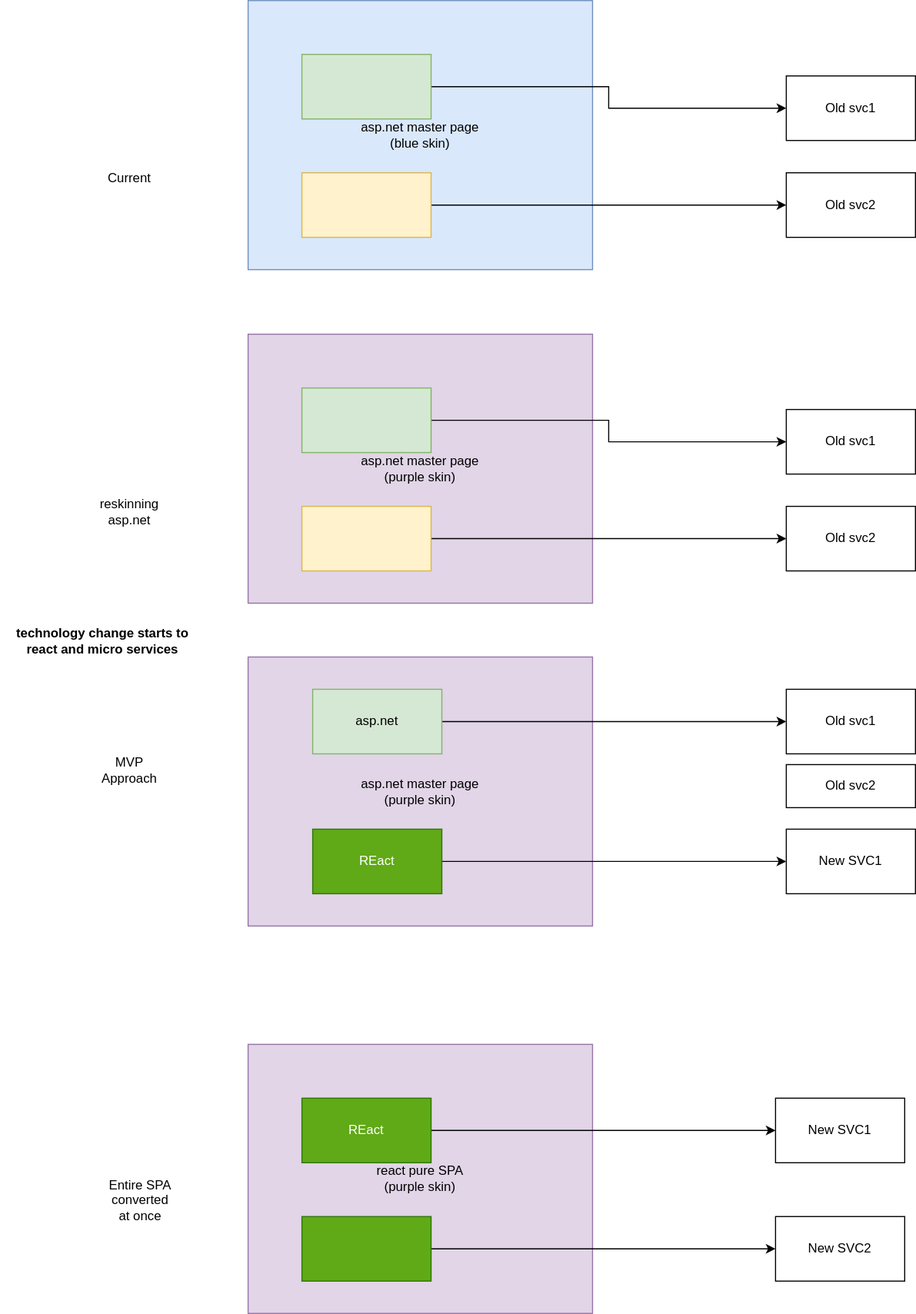
The draw.io diagram microservices/reactreskinning.svg in vjavle/invoicecloud, before a commit. Source tidied: cells renumbered, new cells last; positions are measured from the earlier drawing's top-left corner, leaving out a move shared by most shapes.
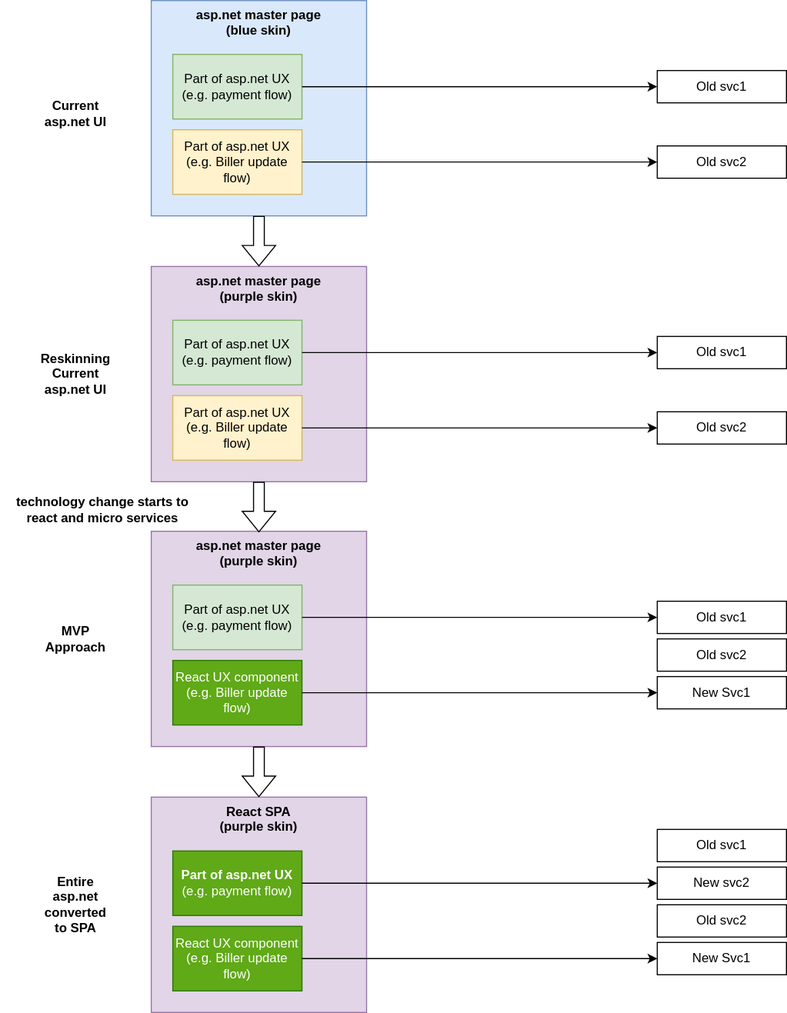
After the commit.

What changed in the source:
```diff
@@ -2,107 +2,142 @@
   <root>
     <mxCell id="0" />
     <mxCell id="1" parent="0" />
-    <mxCell id="2" value="asp.net master page&lt;br&gt;(purple skin)" style="rounded=0;whiteSpace=wrap;html=1;fillColor=#e1d5e7;strokeColor=#9673a6;" parent="1" vertex="1">
-      <mxGeometry x="230" y="310" width="320" height="250" as="geometry" />
-    </mxCell>
-    <mxCell id="3" style="edgeStyle=orthogonalEdgeStyle;rounded=0;jettySize=auto;html=1;" parent="1" edge="1" source="4" target="12">
-      <mxGeometry relative="1" as="geometry" />
-    </mxCell>
-    <mxCell id="4" style="rounded=0;whiteSpace=wrap;html=1;fillColor=#d5e8d4;strokeColor=#82b366;" parent="1" vertex="1">
-      <mxGeometry x="280" y="360" width="120" height="60" as="geometry" />
-    </mxCell>
-    <mxCell id="5" style="edgeStyle=orthogonalEdgeStyle;rounded=0;jettySize=auto;html=1;" parent="1" edge="1" source="6" target="13">
-      <mxGeometry relative="1" as="geometry" />
-    </mxCell>
-    <mxCell id="6" style="rounded=0;whiteSpace=wrap;html=1;fillColor=#fff2cc;strokeColor=#d6b656;" parent="1" vertex="1">
-      <mxGeometry x="280" y="470" width="120" height="60" as="geometry" />
-    </mxCell>
-    <mxCell id="7" value="react pure SPA&lt;br&gt;(purple skin)" style="rounded=0;whiteSpace=wrap;html=1;fillColor=#e1d5e7;strokeColor=#9673a6;" parent="1" vertex="1">
-      <mxGeometry x="230" y="970" width="320" height="250" as="geometry" />
-    </mxCell>
-    <mxCell id="8" style="edgeStyle=orthogonalEdgeStyle;rounded=0;jettySize=auto;html=1;entryX=0;entryY=0.5;entryDx=0;entryDy=0;" parent="1" edge="1" source="9" target="14">
-      <mxGeometry relative="1" as="geometry" />
-    </mxCell>
-    <mxCell id="9" value="REact" style="rounded=0;whiteSpace=wrap;html=1;fillColor=#60a917;fontColor=#ffffff;strokeColor=#2D7600;" parent="1" vertex="1">
-      <mxGeometry x="280" y="1020" width="120" height="60" as="geometry" />
-    </mxCell>
-    <mxCell id="10" style="edgeStyle=orthogonalEdgeStyle;rounded=0;jettySize=auto;html=1;" parent="1" edge="1" source="11" target="15">
-      <mxGeometry relative="1" as="geometry" />
-    </mxCell>
-    <mxCell id="11" style="rounded=0;whiteSpace=wrap;html=1;fillColor=#60a917;fontColor=#ffffff;strokeColor=#2D7600;" parent="1" vertex="1">
-      <mxGeometry x="280" y="1130" width="120" height="60" as="geometry" />
-    </mxCell>
-    <mxCell id="12" value="Old svc1" style="rounded=0;whiteSpace=wrap;html=1;" parent="1" vertex="1">
-      <mxGeometry x="730" y="380" width="120" height="60" as="geometry" />
-    </mxCell>
-    <mxCell id="13" value="Old svc2" style="rounded=0;whiteSpace=wrap;html=1;" parent="1" vertex="1">
-      <mxGeometry x="730" y="470" width="120" height="60" as="geometry" />
-    </mxCell>
-    <mxCell id="14" value="New SVC1" style="rounded=0;whiteSpace=wrap;html=1;" parent="1" vertex="1">
-      <mxGeometry x="720" y="1020" width="120" height="60" as="geometry" />
-    </mxCell>
-    <mxCell id="15" value="New SVC2" style="rounded=0;whiteSpace=wrap;html=1;" parent="1" vertex="1">
-      <mxGeometry x="720" y="1130" width="120" height="60" as="geometry" />
-    </mxCell>
-    <mxCell id="16" value="asp.net master page&lt;br&gt;(purple skin)" style="rounded=0;whiteSpace=wrap;html=1;fillColor=#e1d5e7;strokeColor=#9673a6;" parent="1" vertex="1">
-      <mxGeometry x="230" y="610" width="320" height="250" as="geometry" />
-    </mxCell>
-    <mxCell id="17" style="edgeStyle=orthogonalEdgeStyle;rounded=0;jettySize=auto;html=1;" parent="1" edge="1" source="18" target="19">
-      <mxGeometry relative="1" as="geometry" />
-    </mxCell>
-    <mxCell id="18" value="asp.net" style="rounded=0;whiteSpace=wrap;html=1;fillColor=#d5e8d4;strokeColor=#82b366;" parent="1" vertex="1">
-      <mxGeometry x="290" y="640" width="120" height="60" as="geometry" />
-    </mxCell>
-    <mxCell id="19" value="Old svc1" style="rounded=0;whiteSpace=wrap;html=1;" parent="1" vertex="1">
-      <mxGeometry x="730" y="640" width="120" height="60" as="geometry" />
-    </mxCell>
-    <mxCell id="20" value="Old svc2" style="rounded=0;whiteSpace=wrap;html=1;" parent="1" vertex="1">
-      <mxGeometry x="730" y="710" width="120" height="40" as="geometry" />
-    </mxCell>
-    <mxCell id="21" style="edgeStyle=orthogonalEdgeStyle;rounded=0;jettySize=auto;html=1;" parent="1" edge="1" source="22" target="23">
-      <mxGeometry relative="1" as="geometry" />
-    </mxCell>
-    <mxCell id="22" value="REact" style="rounded=0;whiteSpace=wrap;html=1;fillColor=#60a917;fontColor=#ffffff;strokeColor=#2D7600;" parent="1" vertex="1">
-      <mxGeometry x="290" y="770" width="120" height="60" as="geometry" />
-    </mxCell>
-    <mxCell id="23" value="New SVC1" style="rounded=0;whiteSpace=wrap;html=1;" parent="1" vertex="1">
-      <mxGeometry x="730" y="770" width="120" height="60" as="geometry" />
-    </mxCell>
+    <mxCell id="35" value="technology change starts to react and micro services" style="text;html=1;strokeColor=none;fillColor=none;align=center;verticalAlign=middle;whiteSpace=wrap;rounded=0;fontStyle=1;" parent="1" vertex="1">
+      <mxGeometry y="552.5" width="190" height="85" as="geometry" />
+    </mxCell>
+    <mxCell id="36" style="group;" parent="1" vertex="1">
+      <mxGeometry x="40" y="369.5" width="690" height="200" as="geometry" />
+    </mxCell>
-    <mxCell id="24" value="reskinning asp.net" style="text;html=1;strokeColor=none;fillColor=none;align=center;verticalAlign=middle;whiteSpace=wrap;rounded=0;" parent="1" vertex="1">
-      <mxGeometry x="90" y="460" width="60" height="30" as="geometry" />
+    <mxCell id="24" value="&lt;b&gt;Reskinning&lt;br&gt;Current asp.net UI&lt;/b&gt;" style="text;html=1;strokeColor=none;fillColor=none;align=center;verticalAlign=middle;whiteSpace=wrap;rounded=0;" parent="36" vertex="1">
+      <mxGeometry y="85" width="60" height="30" as="geometry" />
     </mxCell>
-    <mxCell id="25" value="MVP Approach" style="text;html=1;strokeColor=none;fillColor=none;align=center;verticalAlign=middle;whiteSpace=wrap;rounded=0;" parent="1" vertex="1">
-      <mxGeometry x="90" y="700" width="60" height="30" as="geometry" />
-    </mxCell>
-    <mxCell id="26" value="Entire SPA converted at once" style="text;html=1;strokeColor=none;fillColor=none;align=center;verticalAlign=middle;whiteSpace=wrap;rounded=0;" parent="1" vertex="1">
-      <mxGeometry x="100" y="1100" width="60" height="30" as="geometry" />
-    </mxCell>
+    <mxCell id="37" value="asp.net master page&lt;br&gt;(purple skin)" style="rounded=0;whiteSpace=wrap;html=1;fillColor=#e1d5e7;strokeColor=#9673a6;fontStyle=1;verticalAlign=top;" parent="36" vertex="1">
+      <mxGeometry x="100" width="200" height="200" as="geometry" />
+    </mxCell>
+    <mxCell id="38" value="Part of asp.net UX&lt;br&gt;(e.g. payment flow)" style="rounded=0;whiteSpace=wrap;html=1;fillColor=#d5e8d4;strokeColor=#82b366;" parent="36" vertex="1">
+      <mxGeometry x="120" y="50" width="120" height="60" as="geometry" />
+    </mxCell>
+    <mxCell id="39" value="&lt;span&gt;Part of asp.net UX&lt;/span&gt;&lt;br&gt;&lt;span&gt;(e.g. Biller update flow)&lt;/span&gt;" style="rounded=0;whiteSpace=wrap;html=1;fillColor=#fff2cc;strokeColor=#d6b656;" parent="36" vertex="1">
+      <mxGeometry x="120" y="120" width="120" height="60" as="geometry" />
+    </mxCell>
+    <mxCell id="40" value="Old svc1" style="rounded=0;whiteSpace=wrap;html=1;" parent="36" vertex="1">
+      <mxGeometry x="570" y="65" width="120" height="30" as="geometry" />
+    </mxCell>
+    <mxCell id="41" style="edgeStyle=orthogonalEdgeStyle;rounded=0;jettySize=auto;html=1;" parent="36" edge="1" source="38" target="40">
+      <mxGeometry relative="1" as="geometry" />
+    </mxCell>
+    <mxCell id="42" value="Old svc2" style="rounded=0;whiteSpace=wrap;html=1;" parent="36" vertex="1">
+      <mxGeometry x="570" y="135" width="120" height="30" as="geometry" />
+    </mxCell>
+    <mxCell id="43" style="edgeStyle=orthogonalEdgeStyle;rounded=0;jettySize=auto;html=1;" parent="36" edge="1" source="39" target="42">
+      <mxGeometry relative="1" as="geometry" />
+    </mxCell>
+    <mxCell id="44" style="group;" parent="1" vertex="1">
+      <mxGeometry x="40" y="122.5" width="690" height="200" as="geometry" />
+    </mxCell>
+    <mxCell id="34" value="Current asp.net UI" style="text;html=1;strokeColor=none;fillColor=none;align=center;verticalAlign=middle;whiteSpace=wrap;rounded=0;fontStyle=1;" parent="44" vertex="1">
+      <mxGeometry y="90" width="60" height="30" as="geometry" />
+    </mxCell>
-    <mxCell id="27" value="asp.net master page&lt;br&gt;(blue skin)" style="rounded=0;whiteSpace=wrap;html=1;fillColor=#dae8fc;strokeColor=#6c8ebf;" parent="1" vertex="1">
-      <mxGeometry x="230" width="320" height="250" as="geometry" />
+    <mxCell id="27" value="asp.net master page&lt;br&gt;(blue skin)" style="rounded=0;whiteSpace=wrap;html=1;fillColor=#dae8fc;strokeColor=#6c8ebf;fontStyle=1;verticalAlign=top;" parent="44" vertex="1">
+      <mxGeometry x="100" width="200" height="200" as="geometry" />
     </mxCell>
-    <mxCell id="28" style="edgeStyle=orthogonalEdgeStyle;rounded=0;jettySize=auto;html=1;" parent="1" edge="1" source="29" target="32">
-      <mxGeometry relative="1" as="geometry" />
-    </mxCell>
-    <mxCell id="29" style="rounded=0;whiteSpace=wrap;html=1;fillColor=#d5e8d4;strokeColor=#82b366;" parent="1" vertex="1">
-      <mxGeometry x="280" y="50" width="120" height="60" as="geometry" />
+    <mxCell id="29" value="Part of asp.net UX&lt;br&gt;(e.g. payment flow)" style="rounded=0;whiteSpace=wrap;html=1;fillColor=#d5e8d4;strokeColor=#82b366;" parent="44" vertex="1">
+      <mxGeometry x="120" y="50" width="120" height="60" as="geometry" />
     </mxCell>
-    <mxCell id="30" style="edgeStyle=orthogonalEdgeStyle;rounded=0;jettySize=auto;html=1;" parent="1" edge="1" source="31" target="33">
-      <mxGeometry relative="1" as="geometry" />
-    </mxCell>
-    <mxCell id="31" style="rounded=0;whiteSpace=wrap;html=1;fillColor=#fff2cc;strokeColor=#d6b656;" parent="1" vertex="1">
-      <mxGeometry x="280" y="160" width="120" height="60" as="geometry" />
+    <mxCell id="31" value="&lt;span&gt;Part of asp.net UX&lt;/span&gt;&lt;br&gt;&lt;span&gt;(e.g. Biller update flow)&lt;/span&gt;" style="rounded=0;whiteSpace=wrap;html=1;fillColor=#fff2cc;strokeColor=#d6b656;" parent="44" vertex="1">
+      <mxGeometry x="120" y="120" width="120" height="60" as="geometry" />
     </mxCell>
-    <mxCell id="32" value="Old svc1" style="rounded=0;whiteSpace=wrap;html=1;" parent="1" vertex="1">
-      <mxGeometry x="730" y="70" width="120" height="60" as="geometry" />
+    <mxCell id="32" value="Old svc1" style="rounded=0;whiteSpace=wrap;html=1;" parent="44" vertex="1">
+      <mxGeometry x="570" y="65" width="120" height="30" as="geometry" />
     </mxCell>
+    <mxCell id="28" style="edgeStyle=orthogonalEdgeStyle;rounded=0;jettySize=auto;html=1;" parent="44" edge="1" source="29" target="32">
+      <mxGeometry relative="1" as="geometry" />
+    </mxCell>
-    <mxCell id="33" value="Old svc2" style="rounded=0;whiteSpace=wrap;html=1;" parent="1" vertex="1">
-      <mxGeometry x="730" y="160" width="120" height="60" as="geometry" />
+    <mxCell id="33" value="Old svc2" style="rounded=0;whiteSpace=wrap;html=1;" parent="44" vertex="1">
+      <mxGeometry x="570" y="135" width="120" height="30" as="geometry" />
     </mxCell>
-    <mxCell id="34" value="Current" style="text;html=1;strokeColor=none;fillColor=none;align=center;verticalAlign=middle;whiteSpace=wrap;rounded=0;" parent="1" vertex="1">
-      <mxGeometry x="90" y="150" width="60" height="30" as="geometry" />
-    </mxCell>
-    <mxCell id="35" value="technology change starts to react and micro services" style="text;html=1;strokeColor=none;fillColor=none;align=center;verticalAlign=middle;whiteSpace=wrap;rounded=0;fontStyle=1;" parent="1" vertex="1">
-      <mxGeometry y="552.5" width="190" height="85" as="geometry" />
-    </mxCell>
+    <mxCell id="30" style="edgeStyle=orthogonalEdgeStyle;rounded=0;jettySize=auto;html=1;" parent="44" edge="1" source="31" target="33">
+      <mxGeometry relative="1" as="geometry" />
+    </mxCell>
+    <mxCell id="45" style="group;" parent="1" vertex="1">
+      <mxGeometry x="40" y="615.5" width="690" height="200" as="geometry" />
+    </mxCell>
+    <mxCell id="25" value="&lt;b&gt;MVP Approach&lt;/b&gt;" style="text;html=1;strokeColor=none;fillColor=none;align=center;verticalAlign=middle;whiteSpace=wrap;rounded=0;" parent="45" vertex="1">
+      <mxGeometry y="85" width="60" height="30" as="geometry" />
+    </mxCell>
+    <mxCell id="46" value="asp.net master page&lt;br&gt;(purple skin)" style="rounded=0;whiteSpace=wrap;html=1;fillColor=#e1d5e7;strokeColor=#9673a6;fontStyle=1;verticalAlign=top;" parent="45" vertex="1">
+      <mxGeometry x="100" width="200" height="200" as="geometry" />
+    </mxCell>
+    <mxCell id="47" value="Part of asp.net UX&lt;br&gt;(e.g. payment flow)" style="rounded=0;whiteSpace=wrap;html=1;fillColor=#d5e8d4;strokeColor=#82b366;" parent="45" vertex="1">
+      <mxGeometry x="120" y="50" width="120" height="60" as="geometry" />
+    </mxCell>
+    <mxCell id="48" value="&lt;span&gt;React UX component&lt;/span&gt;&lt;br&gt;&lt;span&gt;(e.g. Biller update flow)&lt;/span&gt;" style="rounded=0;whiteSpace=wrap;html=1;fillColor=#60a917;strokeColor=#2D7600;fontColor=#ffffff;" parent="45" vertex="1">
+      <mxGeometry x="120" y="120" width="120" height="60" as="geometry" />
+    </mxCell>
+    <mxCell id="49" value="Old svc1" style="rounded=0;whiteSpace=wrap;html=1;" parent="45" vertex="1">
+      <mxGeometry x="570" y="65" width="120" height="30" as="geometry" />
+    </mxCell>
+    <mxCell id="50" style="edgeStyle=orthogonalEdgeStyle;rounded=0;jettySize=auto;html=1;" parent="45" edge="1" source="47" target="49">
+      <mxGeometry relative="1" as="geometry" />
+    </mxCell>
+    <mxCell id="51" value="New Svc1" style="rounded=0;whiteSpace=wrap;html=1;" parent="45" vertex="1">
+      <mxGeometry x="570" y="135" width="120" height="30" as="geometry" />
+    </mxCell>
+    <mxCell id="52" style="edgeStyle=orthogonalEdgeStyle;rounded=0;jettySize=auto;html=1;" parent="45" edge="1" source="48" target="51">
+      <mxGeometry relative="1" as="geometry" />
+    </mxCell>
+    <mxCell id="53" value="Old svc2" style="rounded=0;whiteSpace=wrap;html=1;" parent="45" vertex="1">
+      <mxGeometry x="570" y="100" width="120" height="30" as="geometry" />
+    </mxCell>
+    <mxCell id="54" style="group;" parent="1" vertex="1">
+      <mxGeometry x="40" y="862.5" width="690" height="200" as="geometry" />
+    </mxCell>
+    <mxCell id="55" value="Entire asp.net converted to SPA" style="text;html=1;strokeColor=none;fillColor=none;align=center;verticalAlign=middle;whiteSpace=wrap;rounded=0;fontStyle=1;" parent="54" vertex="1">
+      <mxGeometry y="85" width="60" height="30" as="geometry" />
+    </mxCell>
+    <mxCell id="56" value="React SPA&lt;br&gt;(purple skin)" style="rounded=0;whiteSpace=wrap;html=1;fillColor=#e1d5e7;strokeColor=#9673a6;fontStyle=1;verticalAlign=top;" parent="54" vertex="1">
+      <mxGeometry x="100" width="200" height="200" as="geometry" />
+    </mxCell>
+    <mxCell id="57" value="&lt;b&gt;Part of asp.net UX&lt;/b&gt;&lt;br&gt;(e.g. payment flow)" style="rounded=0;whiteSpace=wrap;html=1;fillColor=#60a917;strokeColor=#2D7600;fontColor=#ffffff;" parent="54" vertex="1">
+      <mxGeometry x="120" y="50" width="120" height="60" as="geometry" />
+    </mxCell>
+    <mxCell id="58" value="&lt;span&gt;React UX component&lt;/span&gt;&lt;br&gt;&lt;span&gt;(e.g. Biller update flow)&lt;/span&gt;" style="rounded=0;whiteSpace=wrap;html=1;fillColor=#60a917;strokeColor=#2D7600;fontColor=#ffffff;" parent="54" vertex="1">
+      <mxGeometry x="120" y="120" width="120" height="60" as="geometry" />
+    </mxCell>
+    <mxCell id="59" value="New svc2" style="rounded=0;whiteSpace=wrap;html=1;" parent="54" vertex="1">
+      <mxGeometry x="570" y="65" width="120" height="30" as="geometry" />
+    </mxCell>
+    <mxCell id="60" style="edgeStyle=orthogonalEdgeStyle;rounded=0;jettySize=auto;html=1;" parent="54" edge="1" source="57" target="59">
+      <mxGeometry relative="1" as="geometry" />
+    </mxCell>
+    <mxCell id="61" value="New Svc1" style="rounded=0;whiteSpace=wrap;html=1;" parent="54" vertex="1">
+      <mxGeometry x="570" y="135" width="120" height="30" as="geometry" />
+    </mxCell>
+    <mxCell id="62" style="edgeStyle=orthogonalEdgeStyle;rounded=0;jettySize=auto;html=1;" parent="54" edge="1" source="58" target="61">
+      <mxGeometry relative="1" as="geometry" />
+    </mxCell>
+    <mxCell id="63" value="Old svc2" style="rounded=0;whiteSpace=wrap;html=1;" parent="54" vertex="1">
+      <mxGeometry x="570" y="100" width="120" height="30" as="geometry" />
+    </mxCell>
+    <mxCell id="64" value="Old svc1" style="rounded=0;whiteSpace=wrap;html=1;" parent="54" vertex="1">
+      <mxGeometry x="570" y="30" width="120" height="30" as="geometry" />
+    </mxCell>
+    <mxCell id="65" style="shape=flexArrow;endArrow=classic;html=1;rounded=0;entryX=0.5;entryY=0;entryDx=0;entryDy=0;" parent="1" edge="1" target="37">
+      <mxGeometry relative="1" as="geometry">
+        <mxPoint x="240" y="322.5" as="sourcePoint" />
+      </mxGeometry>
+    </mxCell>
+    <mxCell id="66" style="shape=flexArrow;endArrow=classic;html=1;rounded=0;entryX=0.5;entryY=0;entryDx=0;entryDy=0;" parent="1" edge="1">
+      <mxGeometry relative="1" as="geometry">
+        <mxPoint x="240" y="569.5" as="sourcePoint" />
+        <mxPoint x="240" y="616.5" as="targetPoint" />
+      </mxGeometry>
+    </mxCell>
+    <mxCell id="67" style="shape=flexArrow;endArrow=classic;html=1;rounded=0;entryX=0.5;entryY=0;entryDx=0;entryDy=0;" parent="1" edge="1">
+      <mxGeometry relative="1" as="geometry">
+        <mxPoint x="240" y="815.5" as="sourcePoint" />
+        <mxPoint x="240" y="862.5" as="targetPoint" />
+      </mxGeometry>
+    </mxCell>
   </root>
 </mxGraphModel>
```
